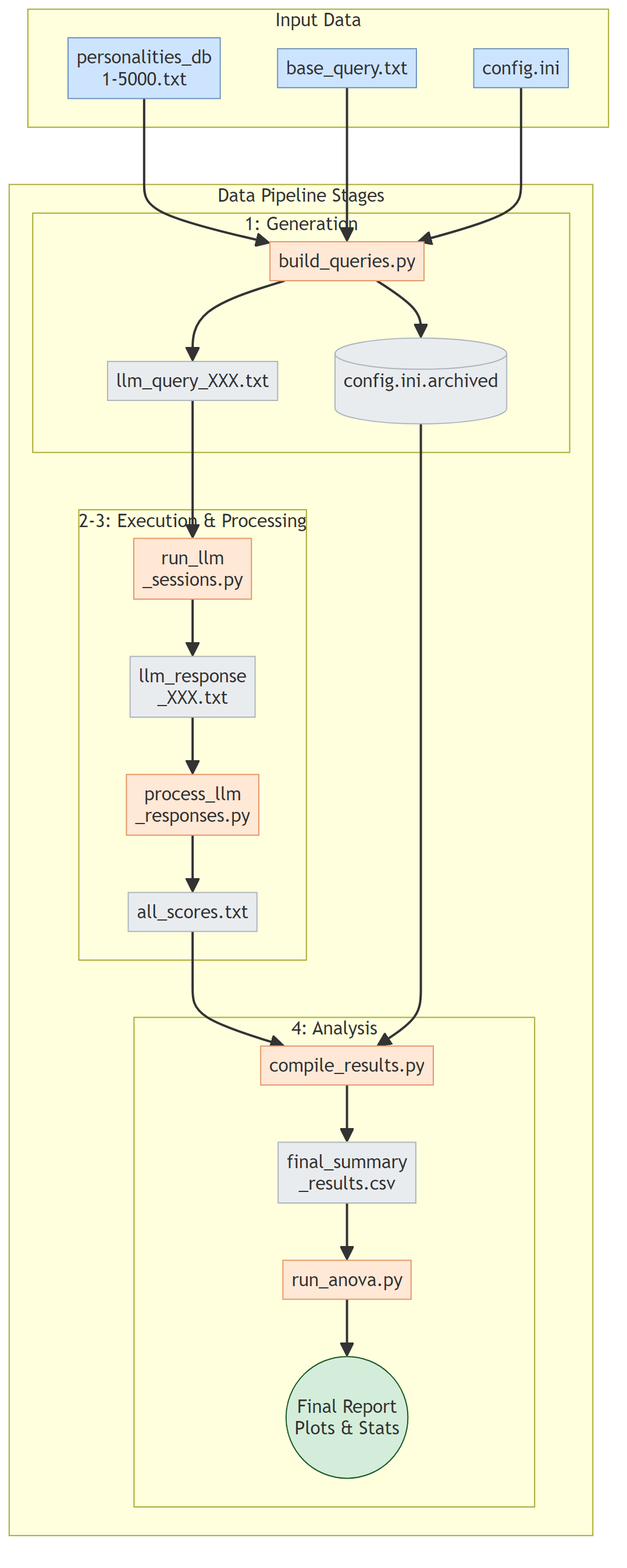
Above: docs/images/architecture_data_flow.png in peterjmarko/llm-narrative-framework (Mermaid), before the change. Its source is kept beside it as docs/diagrams/architecture_data_flow.mmd.
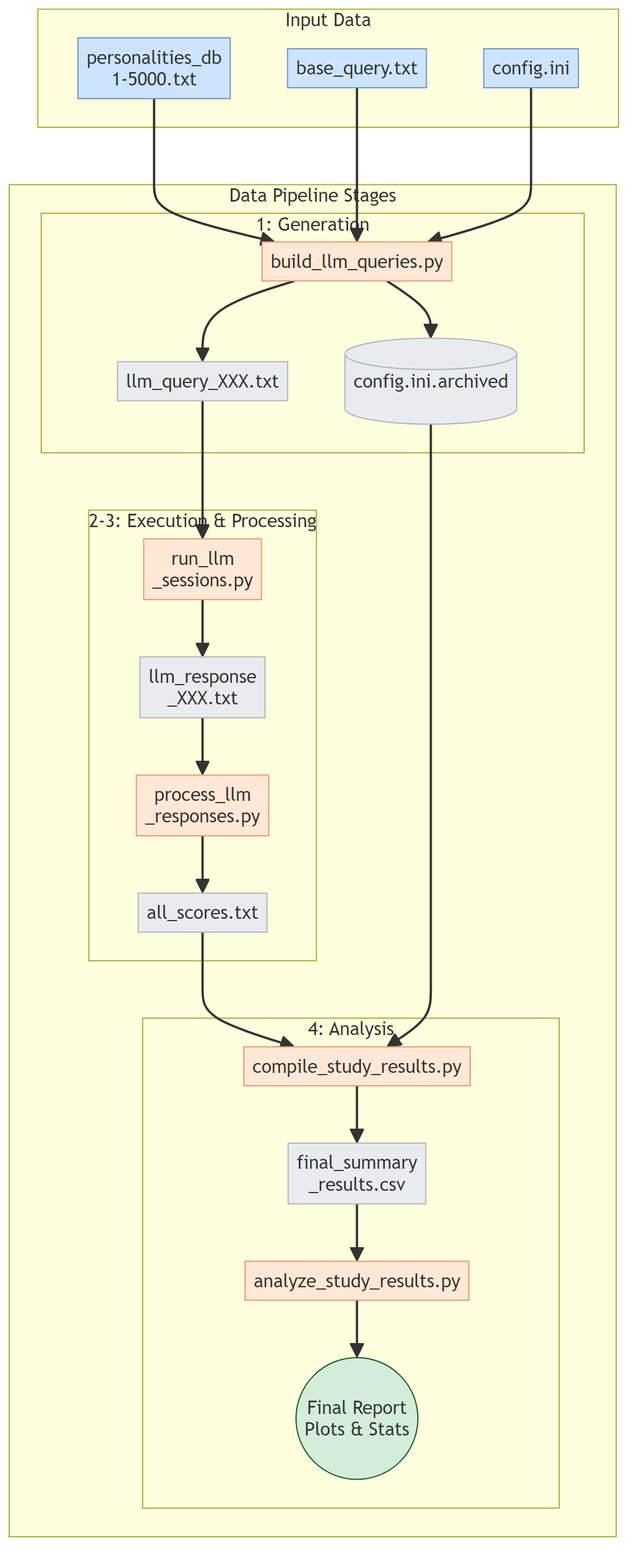
The same file after the commit.

Change to the diagram source:
```diff
@@ -9,7 +9,7 @@
     subgraph "Data Pipeline Stages"
         direction LR
         subgraph "1: Generation"
-             Script1["build_queries.py"]:::script --> Art1["llm_query_XXX.txt"]:::artifact
+             Script1["build_llm_queries.py"]:::script --> Art1["llm_query_XXX.txt"]:::artifact
              Script1 --> Art1_archive[("config.ini.archived")]:::artifact
         end
         subgraph "2-3: Execution & Processing"
@@ -17,8 +17,8 @@
             Art2 --> Script3["process_llm<br/>_responses.py"]:::script --> Art3["all_scores.txt"]:::artifact
         end
         subgraph "4: Analysis"
-             Script4a["compile_results.py"]:::script --> Art4["final_summary<br/>_results.csv"]:::artifact
-             Art4 --> Script4b["run_anova.py"]:::script --> Art_Final(("Final Report<br/>Plots & Stats")):::final
+             Script4a["compile_study_results.py"]:::script --> Art4["final_summary<br/>_results.csv"]:::artifact
+             Art4 --> Script4b["analyze_study_results.py"]:::script --> Art_Final(("Final Report<br/>Plots & Stats")):::final
         end
     end
 
```
